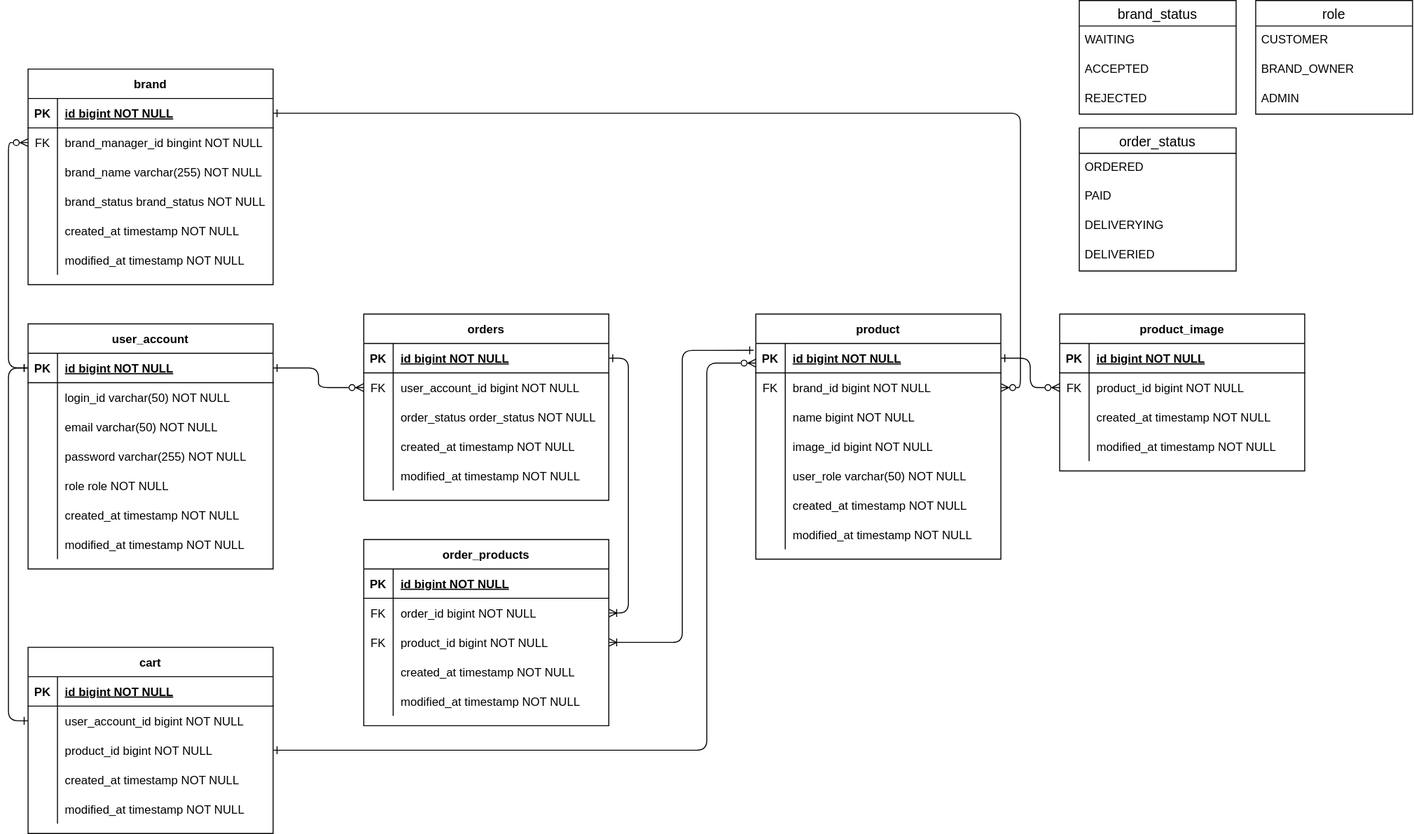
Y-TF/MUSINSA_CLONE keeps this draw.io diagram as documents/erd.svg. Above is the earlier version. Source tidied: cells renumbered, new cells last; positions are measured from the earlier drawing's top-left corner, leaving out a move shared by most shapes.
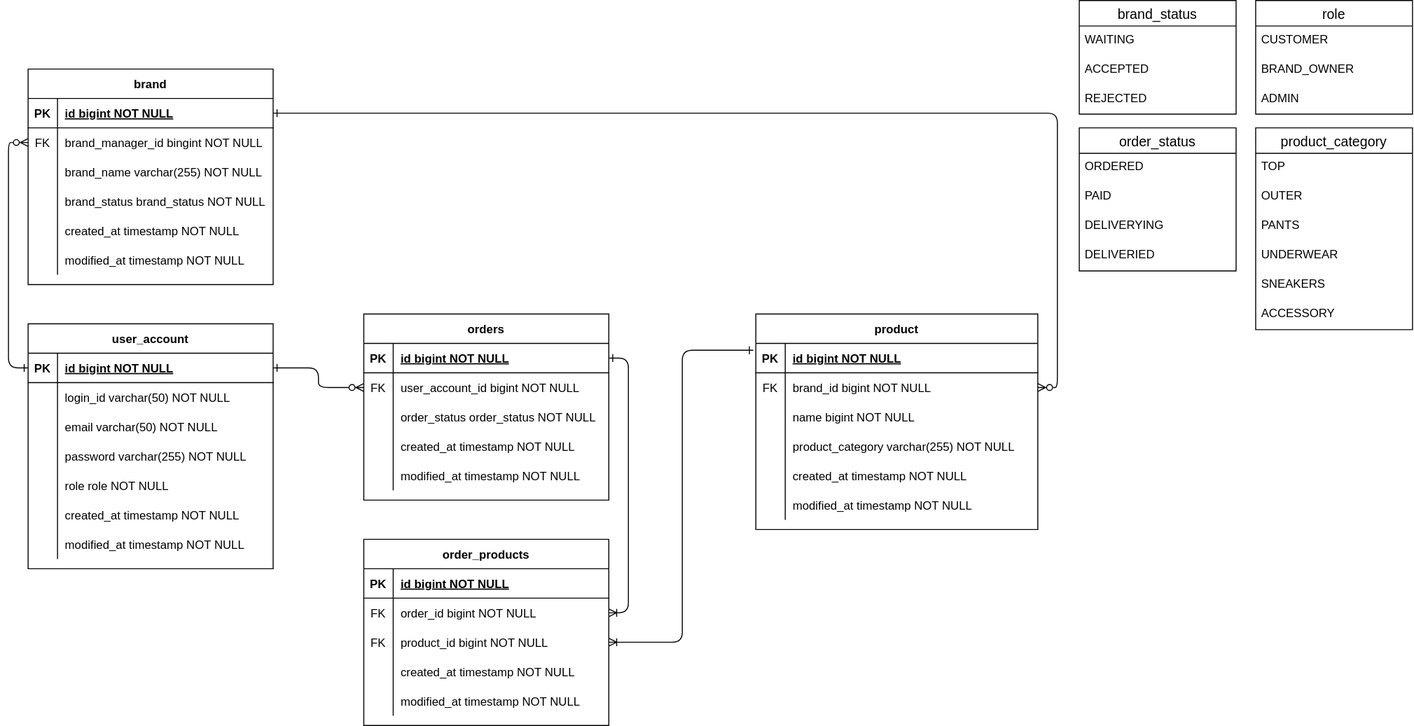
After the commit.

Commit message:
document: erd 수정

What changed in the source:
```diff
@@ -129,116 +129,65 @@
       <mxGeometry relative="1" as="geometry" />
     </mxCell>
     <mxCell id="44" value="product" style="shape=table;startSize=30;rowLines=0;fontStyle=1;align=center;" parent="1" vertex="1">
-      <mxGeometry x="742.3" y="320" width="250" height="250" as="geometry" />
+      <mxGeometry x="742.3" y="320" width="287.7" height="220" as="geometry" />
     </mxCell>
     <mxCell id="45" style="shape=partialRectangle;fillColor=none;points=[[0,0.5],[1,0.5]];portConstraint=eastwest;top=0;left=0;right=0;bottom=1;" parent="44" vertex="1">
-      <mxGeometry y="30" width="250" height="30" as="geometry" />
+      <mxGeometry y="30" width="287.7" height="30" as="geometry" />
     </mxCell>
     <mxCell id="46" value="PK" style="shape=partialRectangle;overflow=hidden;fillColor=none;top=0;left=0;bottom=0;right=0;fontStyle=1;" parent="45" vertex="1">
       <mxGeometry width="30" height="30" as="geometry" />
     </mxCell>
     <mxCell id="47" value="id bigint NOT NULL " style="shape=partialRectangle;overflow=hidden;fillColor=none;top=0;left=0;bottom=0;right=0;align=left;spacingLeft=6;fontStyle=5;" parent="45" vertex="1">
-      <mxGeometry x="30" width="220" height="30" as="geometry" />
+      <mxGeometry x="30" width="257.7" height="30" as="geometry" />
     </mxCell>
     <mxCell id="48" style="shape=partialRectangle;fillColor=none;points=[[0,0.5],[1,0.5]];portConstraint=eastwest;top=0;left=0;right=0;bottom=0;" parent="44" vertex="1">
-      <mxGeometry y="60" width="250" height="30" as="geometry" />
+      <mxGeometry y="60" width="287.7" height="30" as="geometry" />
     </mxCell>
     <mxCell id="49" value="FK" style="shape=partialRectangle;overflow=hidden;fillColor=none;top=0;left=0;bottom=0;right=0;" parent="48" vertex="1">
       <mxGeometry width="30" height="30" as="geometry" />
     </mxCell>
     <mxCell id="50" value="brand_id bigint NOT NULL" style="shape=partialRectangle;overflow=hidden;fillColor=none;top=0;left=0;bottom=0;right=0;align=left;spacingLeft=6;" parent="48" vertex="1">
-      <mxGeometry x="30" width="220" height="30" as="geometry" />
+      <mxGeometry x="30" width="257.7" height="30" as="geometry" />
     </mxCell>
     <mxCell id="51" style="shape=partialRectangle;fillColor=none;top=0;left=0;right=0;bottom=0;" parent="44" vertex="1">
-      <mxGeometry y="90" width="250" height="30" as="geometry" />
+      <mxGeometry y="90" width="287.7" height="30" as="geometry" />
     </mxCell>
     <mxCell id="52" style="shape=partialRectangle;overflow=hidden;fillColor=none;top=0;left=0;bottom=0;right=0;" parent="51" vertex="1">
       <mxGeometry width="30" height="30" as="geometry" />
     </mxCell>
     <mxCell id="53" value="name bigint NOT NULL" style="shape=partialRectangle;overflow=hidden;fillColor=none;top=0;left=0;bottom=0;right=0;align=left;spacingLeft=6;" parent="51" vertex="1">
-      <mxGeometry x="30" width="220" height="30" as="geometry" />
+      <mxGeometry x="30" width="257.7" height="30" as="geometry" />
     </mxCell>
     <mxCell id="54" style="shape=partialRectangle;fillColor=none;top=0;left=0;right=0;bottom=0;" parent="44" vertex="1">
-      <mxGeometry y="120" width="250" height="30" as="geometry" />
+      <mxGeometry y="120" width="287.7" height="30" as="geometry" />
     </mxCell>
     <mxCell id="55" style="shape=partialRectangle;overflow=hidden;fillColor=none;top=0;left=0;bottom=0;right=0;" parent="54" vertex="1">
       <mxGeometry width="30" height="30" as="geometry" />
     </mxCell>
-    <mxCell id="56" value="image_id bigint NOT NULL" style="shape=partialRectangle;overflow=hidden;fillColor=none;top=0;left=0;bottom=0;right=0;align=left;spacingLeft=6;" parent="54" vertex="1">
-      <mxGeometry x="30" width="220" height="30" as="geometry" />
+    <mxCell id="56" value="product_category varchar(255) NOT NULL" style="shape=partialRectangle;overflow=hidden;fillColor=none;top=0;left=0;bottom=0;right=0;align=left;spacingLeft=6;" parent="54" vertex="1">
+      <mxGeometry x="30" width="257.7" height="30" as="geometry" />
     </mxCell>
-    <mxCell id="57" style="shape=partialRectangle;fillColor=none;top=0;left=0;right=0;bottom=0;" parent="44" vertex="1">
-      <mxGeometry y="150" width="250" height="30" as="geometry" />
-    </mxCell>
-    <mxCell id="58" style="shape=partialRectangle;overflow=hidden;fillColor=none;top=0;left=0;bottom=0;right=0;" parent="57" vertex="1">
-      <mxGeometry width="30" height="30" as="geometry" />
-    </mxCell>
-    <mxCell id="59" value="user_role varchar(50) NOT NULL" style="shape=partialRectangle;overflow=hidden;fillColor=none;top=0;left=0;bottom=0;right=0;align=left;spacingLeft=6;" parent="57" vertex="1">
-      <mxGeometry x="30" width="220" height="30" as="geometry" />
-    </mxCell>
     <mxCell id="60" style="shape=partialRectangle;fillColor=none;top=0;left=0;right=0;bottom=0;" parent="44" vertex="1">
-      <mxGeometry y="180" width="250" height="30" as="geometry" />
+      <mxGeometry y="150" width="287.7" height="30" as="geometry" />
     </mxCell>
     <mxCell id="61" style="shape=partialRectangle;overflow=hidden;fillColor=none;top=0;left=0;bottom=0;right=0;" parent="60" vertex="1">
       <mxGeometry width="30" height="30" as="geometry" />
     </mxCell>
     <mxCell id="62" value="created_at timestamp NOT NULL" style="shape=partialRectangle;overflow=hidden;fillColor=none;top=0;left=0;bottom=0;right=0;align=left;spacingLeft=6;" parent="60" vertex="1">
-      <mxGeometry x="30" width="220" height="30" as="geometry" />
+      <mxGeometry x="30" width="257.7" height="30" as="geometry" />
     </mxCell>
     <mxCell id="63" style="shape=partialRectangle;fillColor=none;top=0;left=0;right=0;bottom=0;" parent="44" vertex="1">
-      <mxGeometry y="210" width="250" height="30" as="geometry" />
+      <mxGeometry y="180" width="287.7" height="30" as="geometry" />
     </mxCell>
     <mxCell id="64" style="shape=partialRectangle;overflow=hidden;fillColor=none;top=0;left=0;bottom=0;right=0;" parent="63" vertex="1">
       <mxGeometry width="30" height="30" as="geometry" />
     </mxCell>
     <mxCell id="65" value="modified_at timestamp NOT NULL" style="shape=partialRectangle;overflow=hidden;fillColor=none;top=0;left=0;bottom=0;right=0;align=left;spacingLeft=6;" parent="63" vertex="1">
-      <mxGeometry x="30" width="220" height="30" as="geometry" />
+      <mxGeometry x="30" width="257.7" height="30" as="geometry" />
     </mxCell>
     <mxCell id="66" style="edgeStyle=orthogonalEdgeStyle;rounded=1;jettySize=auto;html=1;exitX=1;exitY=0.5;exitDx=0;exitDy=0;entryX=1;entryY=0.5;entryDx=0;entryDy=0;startArrow=ERone;startFill=0;endArrow=ERzeroToMany;endFill=0;" parent="1" edge="1" source="25" target="48">
       <mxGeometry relative="1" as="geometry" />
     </mxCell>
-    <mxCell id="67" value="product_image" style="shape=table;startSize=30;rowLines=0;fontStyle=1;align=center;" parent="1" vertex="1">
-      <mxGeometry x="1052.3" y="320" width="250" height="160" as="geometry" />
-    </mxCell>
-    <mxCell id="68" style="shape=partialRectangle;fillColor=none;top=0;left=0;right=0;bottom=1;" parent="67" vertex="1">
-      <mxGeometry y="30" width="250" height="30" as="geometry" />
-    </mxCell>
-    <mxCell id="69" value="PK" style="shape=partialRectangle;overflow=hidden;fillColor=none;top=0;left=0;bottom=0;right=0;fontStyle=1;" parent="68" vertex="1">
-      <mxGeometry width="30" height="30" as="geometry" />
-    </mxCell>
-    <mxCell id="70" value="id bigint NOT NULL " style="shape=partialRectangle;overflow=hidden;fillColor=none;top=0;left=0;bottom=0;right=0;align=left;spacingLeft=6;fontStyle=5;" parent="68" vertex="1">
-      <mxGeometry x="30" width="220" height="30" as="geometry" />
-    </mxCell>
-    <mxCell id="71" style="shape=partialRectangle;fillColor=none;points=[[0,0.5],[1,0.5]];portConstraint=eastwest;top=0;left=0;right=0;bottom=0;" parent="67" vertex="1">
-      <mxGeometry y="60" width="250" height="30" as="geometry" />
-    </mxCell>
-    <mxCell id="72" value="FK" style="shape=partialRectangle;overflow=hidden;fillColor=none;top=0;left=0;bottom=0;right=0;" parent="71" vertex="1">
-      <mxGeometry width="30" height="30" as="geometry" />
-    </mxCell>
-    <mxCell id="73" value="product_id bigint NOT NULL" style="shape=partialRectangle;overflow=hidden;fillColor=none;top=0;left=0;bottom=0;right=0;align=left;spacingLeft=6;" parent="71" vertex="1">
-      <mxGeometry x="30" width="220" height="30" as="geometry" />
-    </mxCell>
-    <mxCell id="74" style="shape=partialRectangle;fillColor=none;top=0;left=0;right=0;bottom=0;" parent="67" vertex="1">
-      <mxGeometry y="90" width="250" height="30" as="geometry" />
-    </mxCell>
-    <mxCell id="75" style="shape=partialRectangle;overflow=hidden;fillColor=none;top=0;left=0;bottom=0;right=0;" parent="74" vertex="1">
-      <mxGeometry width="30" height="30" as="geometry" />
-    </mxCell>
-    <mxCell id="76" value="created_at timestamp NOT NULL" style="shape=partialRectangle;overflow=hidden;fillColor=none;top=0;left=0;bottom=0;right=0;align=left;spacingLeft=6;" parent="74" vertex="1">
-      <mxGeometry x="30" width="220" height="30" as="geometry" />
-    </mxCell>
-    <mxCell id="77" style="shape=partialRectangle;fillColor=none;top=0;left=0;right=0;bottom=0;" parent="67" vertex="1">
-      <mxGeometry y="120" width="250" height="30" as="geometry" />
-    </mxCell>
-    <mxCell id="78" style="shape=partialRectangle;overflow=hidden;fillColor=none;top=0;left=0;bottom=0;right=0;" parent="77" vertex="1">
-      <mxGeometry width="30" height="30" as="geometry" />
-    </mxCell>
-    <mxCell id="79" value="modified_at timestamp NOT NULL" style="shape=partialRectangle;overflow=hidden;fillColor=none;top=0;left=0;bottom=0;right=0;align=left;spacingLeft=6;" parent="77" vertex="1">
-      <mxGeometry x="30" width="220" height="30" as="geometry" />
-    </mxCell>
-    <mxCell id="80" style="edgeStyle=orthogonalEdgeStyle;rounded=1;jettySize=auto;html=1;exitX=1;exitY=0.5;exitDx=0;exitDy=0;entryX=0;entryY=0.5;entryDx=0;entryDy=0;startArrow=ERone;startFill=0;endArrow=ERzeroToMany;endFill=0;" parent="1" edge="1" source="45" target="71">
-      <mxGeometry relative="1" as="geometry" />
-    </mxCell>
     <mxCell id="81" value="orders" style="shape=table;startSize=30;rowLines=0;fontStyle=1;align=center;" parent="1" vertex="1">
       <mxGeometry x="342.3" y="320" width="250" height="190" as="geometry" />
     </mxCell>
@@ -344,66 +293,6 @@
     <mxCell id="115" style="edgeStyle=orthogonalEdgeStyle;rounded=1;jettySize=auto;html=1;exitX=1;exitY=0.5;exitDx=0;exitDy=0;startArrow=ERoneToMany;startFill=0;endArrow=ERone;endFill=0;entryX=-0.009;entryY=0.233;entryDx=0;entryDy=0;entryPerimeter=0;" parent="1" edge="1" source="105" target="45">
       <mxGeometry relative="1" as="geometry" />
     </mxCell>
-    <mxCell id="116" value="cart" style="shape=table;startSize=30;rowLines=0;fontStyle=1;align=center;" parent="1" vertex="1">
-      <mxGeometry x="-0.2" y="660" width="250" height="190" as="geometry" />
-    </mxCell>
-    <mxCell id="117" style="shape=partialRectangle;fillColor=none;top=0;left=0;right=0;bottom=1;" parent="116" vertex="1">
-      <mxGeometry y="30" width="250" height="30" as="geometry" />
-    </mxCell>
-    <mxCell id="118" value="PK" style="shape=partialRectangle;overflow=hidden;fillColor=none;top=0;left=0;bottom=0;right=0;fontStyle=1;" parent="117" vertex="1">
-      <mxGeometry width="30" height="30" as="geometry" />
-    </mxCell>
-    <mxCell id="119" value="id bigint NOT NULL " style="shape=partialRectangle;overflow=hidden;fillColor=none;top=0;left=0;bottom=0;right=0;align=left;spacingLeft=6;fontStyle=5;" parent="117" vertex="1">
-      <mxGeometry x="30" width="220" height="30" as="geometry" />
-    </mxCell>
-    <mxCell id="120" style="shape=partialRectangle;fillColor=none;points=[[0,0.5],[1,0.5]];portConstraint=eastwest;top=0;left=0;right=0;bottom=0;" parent="116" vertex="1">
-      <mxGeometry y="60" width="250" height="30" as="geometry" />
-    </mxCell>
-    <mxCell id="121" style="shape=partialRectangle;overflow=hidden;fillColor=none;top=0;left=0;bottom=0;right=0;" parent="120" vertex="1">
-      <mxGeometry width="30" height="30" as="geometry" />
-    </mxCell>
-    <mxCell id="122" value="user_account_id bigint NOT NULL" style="shape=partialRectangle;overflow=hidden;fillColor=none;top=0;left=0;bottom=0;right=0;align=left;spacingLeft=6;" parent="120" vertex="1">
-      <mxGeometry x="30" width="220" height="30" as="geometry" />
-    </mxCell>
-    <mxCell id="123" style="shape=partialRectangle;fillColor=none;points=[[0,0.5],[1,0.5]];portConstraint=eastwest;top=0;left=0;right=0;bottom=0;" parent="116" vertex="1">
-      <mxGeometry y="90" width="250" height="30" as="geometry" />
-    </mxCell>
-    <mxCell id="124" style="shape=partialRectangle;overflow=hidden;fillColor=none;top=0;left=0;bottom=0;right=0;" parent="123" vertex="1">
-      <mxGeometry width="30" height="30" as="geometry" />
-    </mxCell>
-    <mxCell id="125" value="product_id bigint NOT NULL" style="shape=partialRectangle;overflow=hidden;fillColor=none;top=0;left=0;bottom=0;right=0;align=left;spacingLeft=6;" parent="123" vertex="1">
-      <mxGeometry x="30" width="220" height="30" as="geometry" />
-    </mxCell>
-    <mxCell id="126" style="shape=partialRectangle;fillColor=none;top=0;left=0;right=0;bottom=0;" parent="116" vertex="1">
-      <mxGeometry y="120" width="250" height="30" as="geometry" />
-    </mxCell>
-    <mxCell id="127" style="shape=partialRectangle;overflow=hidden;fillColor=none;top=0;left=0;bottom=0;right=0;" parent="126" vertex="1">
-      <mxGeometry width="30" height="30" as="geometry" />
-    </mxCell>
-    <mxCell id="128" value="created_at timestamp NOT NULL" style="shape=partialRectangle;overflow=hidden;fillColor=none;top=0;left=0;bottom=0;right=0;align=left;spacingLeft=6;" parent="126" vertex="1">
-      <mxGeometry x="30" width="220" height="30" as="geometry" />
-    </mxCell>
-    <mxCell id="129" style="shape=partialRectangle;fillColor=none;top=0;left=0;right=0;bottom=0;" parent="116" vertex="1">
-      <mxGeometry y="150" width="250" height="30" as="geometry" />
-    </mxCell>
-    <mxCell id="130" style="shape=partialRectangle;overflow=hidden;fillColor=none;top=0;left=0;bottom=0;right=0;" parent="129" vertex="1">
-      <mxGeometry width="30" height="30" as="geometry" />
-    </mxCell>
-    <mxCell id="131" value="modified_at timestamp NOT NULL" style="shape=partialRectangle;overflow=hidden;fillColor=none;top=0;left=0;bottom=0;right=0;align=left;spacingLeft=6;" parent="129" vertex="1">
-      <mxGeometry x="30" width="220" height="30" as="geometry" />
-    </mxCell>
-    <mxCell id="132" style="edgeStyle=orthogonalEdgeStyle;rounded=1;jettySize=auto;html=1;exitX=0;exitY=0.5;exitDx=0;exitDy=0;entryX=0;entryY=0.5;entryDx=0;entryDy=0;startArrow=ERone;startFill=0;endArrow=ERone;endFill=0;" parent="1" edge="1" source="120" target="3">
-      <mxGeometry relative="1" as="geometry" />
-    </mxCell>
-    <mxCell id="133" style="edgeStyle=orthogonalEdgeStyle;rounded=1;jettySize=auto;html=1;startArrow=ERone;startFill=0;endArrow=ERzeroToMany;endFill=0;exitX=1;exitY=0.5;exitDx=0;exitDy=0;" parent="1" edge="1" source="123">
-      <mxGeometry relative="1" as="geometry">
-        <mxPoint x="742.3" y="370" as="targetPoint" />
-        <Array as="points">
-          <mxPoint x="692.3" y="765" />
-          <mxPoint x="692.3" y="370" />
-        </Array>
-      </mxGeometry>
-    </mxCell>
     <mxCell id="134" value="brand_status" style="swimlane;fontStyle=0;horizontal=1;startSize=26;align=center;fontSize=14;" parent="1" vertex="1">
       <mxGeometry x="1072.3" width="160" height="116" as="geometry" />
     </mxCell>
@@ -443,5 +332,26 @@
     <mxCell id="146" value="ADMIN" style="text;strokeColor=none;fillColor=none;spacingLeft=4;spacingRight=4;overflow=hidden;fontSize=12;" parent="143" vertex="1">
       <mxGeometry y="86" width="160" height="30" as="geometry" />
     </mxCell>
+    <mxCell id="147" value="product_category" style="swimlane;fontStyle=0;horizontal=1;startSize=26;align=center;fontSize=14;" parent="1" vertex="1">
+      <mxGeometry x="1252.3" y="130" width="160" height="206" as="geometry" />
+    </mxCell>
+    <mxCell id="148" value="TOP" style="text;strokeColor=none;fillColor=none;spacingLeft=4;spacingRight=4;overflow=hidden;fontSize=12;" parent="147" vertex="1">
+      <mxGeometry y="26" width="160" height="30" as="geometry" />
+    </mxCell>
+    <mxCell id="149" value="OUTER" style="text;strokeColor=none;fillColor=none;spacingLeft=4;spacingRight=4;overflow=hidden;fontSize=12;" parent="147" vertex="1">
+      <mxGeometry y="56" width="160" height="30" as="geometry" />
+    </mxCell>
+    <mxCell id="150" value="PANTS" style="text;strokeColor=none;fillColor=none;spacingLeft=4;spacingRight=4;overflow=hidden;fontSize=12;" parent="147" vertex="1">
+      <mxGeometry y="86" width="160" height="30" as="geometry" />
+    </mxCell>
+    <mxCell id="151" value="UNDERWEAR" style="text;strokeColor=none;fillColor=none;spacingLeft=4;spacingRight=4;overflow=hidden;fontSize=12;" parent="147" vertex="1">
+      <mxGeometry y="116" width="160" height="30" as="geometry" />
+    </mxCell>
+    <mxCell id="152" value="SNEAKERS" style="text;strokeColor=none;fillColor=none;spacingLeft=4;spacingRight=4;overflow=hidden;fontSize=12;" parent="147" vertex="1">
+      <mxGeometry y="146" width="160" height="30" as="geometry" />
+    </mxCell>
+    <mxCell id="153" value="ACCESSORY" style="text;strokeColor=none;fillColor=none;spacingLeft=4;spacingRight=4;overflow=hidden;fontSize=12;" parent="147" vertex="1">
+      <mxGeometry y="176" width="160" height="30" as="geometry" />
+    </mxCell>
   </root>
 </mxGraphModel>
```
